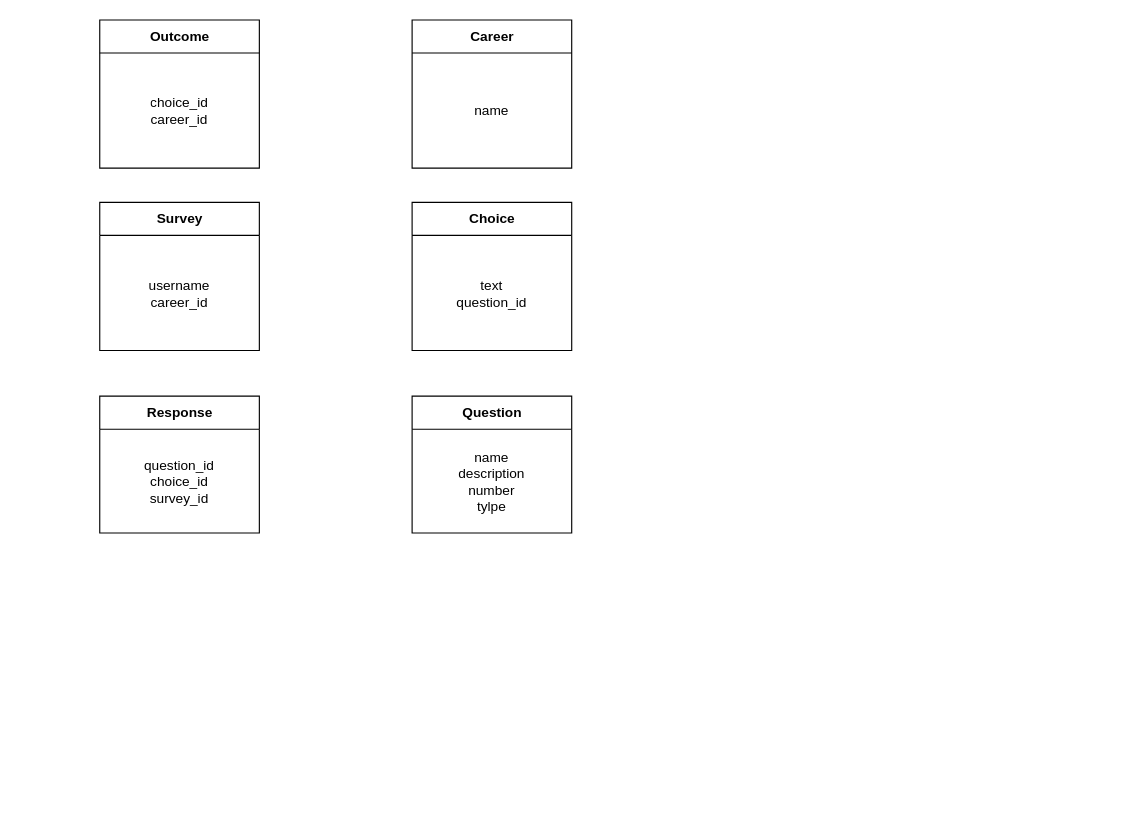
Earlier version of the draw.io diagram DiagramaDeClasesVocationalTest.drawio (Luchit0-afk/Diagramas). Source tidied: cells renumbered, new cells numbered last; positions are measured from the earlier drawing's top-left corner, leaving out a move shared by most shapes. Both pictures are drawn from the tidied source at 114%, with x=0, y=0 at pixel (99, 19).
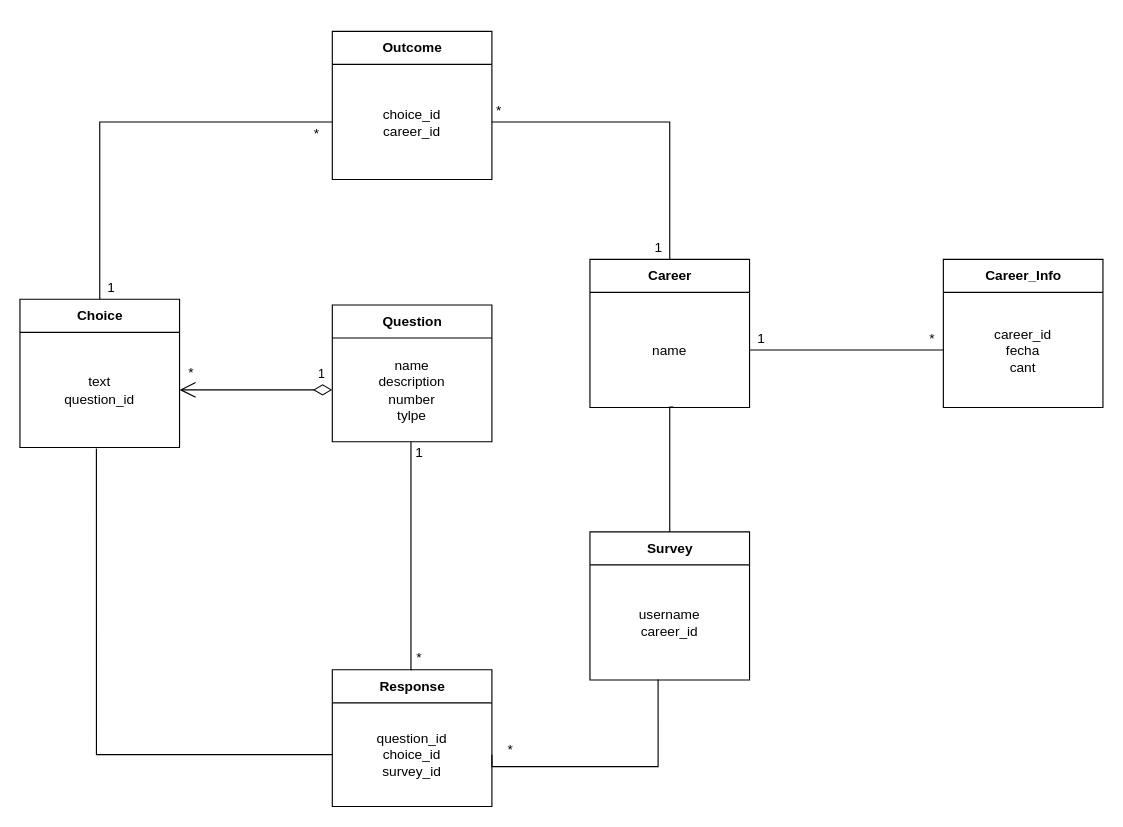
The same diagram, later.

The change refers to these unchanged cells:
```xml
<mxCell id="3" value="choice_id&lt;br&gt;career_id" style="text;html=1;strokeColor=none;fillColor=none;align=center;verticalAlign=middle;spacingLeft=4;spacingRight=4;overflow=hidden;points=[[0,0.5],[1,0.5]];portConstraint=eastwest;" parent="2" vertex="1">
  <mxGeometry y="29" width="140" height="101" as="geometry" />
</mxCell>
<mxCell id="5" value="name" style="text;html=1;strokeColor=none;fillColor=none;align=center;verticalAlign=middle;spacingLeft=4;spacingRight=4;overflow=hidden;points=[[0,0.5],[1,0.5]];portConstraint=eastwest;" parent="4" vertex="1">
  <mxGeometry y="29" width="140" height="101" as="geometry" />
</mxCell>
<mxCell id="7" value="username&lt;br&gt;career_id" style="text;html=1;strokeColor=none;fillColor=none;align=center;verticalAlign=middle;spacingLeft=4;spacingRight=4;overflow=hidden;points=[[0,0.5],[1,0.5]];portConstraint=eastwest;" parent="6" vertex="1">
  <mxGeometry y="29" width="140" height="101" as="geometry" />
</mxCell>
<mxCell id="9" value="text&lt;br&gt;question_id" style="text;html=1;strokeColor=none;fillColor=none;align=center;verticalAlign=middle;spacingLeft=4;spacingRight=4;overflow=hidden;points=[[0,0.5],[1,0.5]];portConstraint=eastwest;" parent="8" vertex="1">
  <mxGeometry y="29" width="140" height="101" as="geometry" />
</mxCell>
<mxCell id="11" value="question_id&lt;br&gt;choice_id&lt;br&gt;survey_id" style="text;html=1;strokeColor=none;fillColor=none;align=center;verticalAlign=middle;spacingLeft=4;spacingRight=4;overflow=hidden;points=[[0,0.5],[1,0.5]];portConstraint=eastwest;" parent="10" vertex="1">
  <mxGeometry y="29" width="140" height="91" as="geometry" />
</mxCell>
<mxCell id="13" value="name&lt;br&gt;description&lt;br&gt;number&lt;br&gt;tylpe" style="text;html=1;strokeColor=none;fillColor=none;align=center;verticalAlign=middle;spacingLeft=4;spacingRight=4;overflow=hidden;points=[[0,0.5],[1,0.5]];portConstraint=eastwest;" parent="12" vertex="1">
  <mxGeometry y="29" width="140" height="91" as="geometry" />
</mxCell>
```

Change to the diagram source:
```diff
@@
     <mxCell id="2" value="Outcome" style="swimlane;fontStyle=1;align=center;verticalAlign=middle;horizontal=1;startSize=29;html=1;" parent="1" vertex="1">
-      <mxGeometry width="140" height="130" as="geometry" />
+      <mxGeometry x="204" y="10" width="140" height="130" as="geometry" />
     </mxCell>
@@
     <mxCell id="4" value="Career" style="swimlane;fontStyle=1;align=center;verticalAlign=middle;horizontal=1;startSize=29;html=1;" parent="1" vertex="1">
-      <mxGeometry x="274" width="140" height="130" as="geometry" />
+      <mxGeometry x="430" y="210" width="140" height="130" as="geometry" />
     </mxCell>
@@
     <mxCell id="6" value="Survey" style="swimlane;fontStyle=1;align=center;verticalAlign=middle;horizontal=1;startSize=29;html=1;" parent="1" vertex="1">
-      <mxGeometry y="160" width="140" height="130" as="geometry" />
+      <mxGeometry x="430" y="449" width="140" height="130" as="geometry" />
     </mxCell>
@@
     <mxCell id="8" value="Choice" style="swimlane;fontStyle=1;align=center;verticalAlign=middle;horizontal=1;startSize=29;html=1;" parent="1" vertex="1">
-      <mxGeometry x="274" y="160" width="140" height="130" as="geometry" />
+      <mxGeometry x="-70" y="245" width="140" height="130" as="geometry" />
     </mxCell>
@@
     <mxCell id="10" value="Response" style="swimlane;fontStyle=1;align=center;verticalAlign=middle;horizontal=1;startSize=29;html=1;" parent="1" vertex="1">
-      <mxGeometry y="330" width="140" height="120" as="geometry" />
+      <mxGeometry x="204" y="570" width="140" height="120" as="geometry" />
     </mxCell>
@@
     <mxCell id="12" value="Question" style="swimlane;fontStyle=1;align=center;verticalAlign=middle;horizontal=1;startSize=29;html=1;" parent="1" vertex="1">
-      <mxGeometry x="274" y="330" width="140" height="120" as="geometry" />
+      <mxGeometry x="204" y="250" width="140" height="120" as="geometry" />
     </mxCell>
@@
+    <mxCell id="14" style="endArrow=none;html=1;rounded=0;edgeStyle=orthogonalEdgeStyle;entryX=0;entryY=0.5;entryDx=0;entryDy=0;exitX=0.5;exitY=0;exitDx=0;exitDy=0;" parent="1" edge="1" source="8" target="3">
+      <mxGeometry relative="1" as="geometry" />
+    </mxCell>
+    <mxCell id="15" style="endArrow=none;html=1;rounded=0;edgeStyle=orthogonalEdgeStyle;entryX=1;entryY=0.5;entryDx=0;entryDy=0;exitX=0.5;exitY=0;exitDx=0;exitDy=0;" parent="1" edge="1" source="4" target="3">
+      <mxGeometry relative="1" as="geometry" />
+    </mxCell>
+    <mxCell id="16" style="endArrow=none;html=1;rounded=0;edgeStyle=orthogonalEdgeStyle;exitX=0.5;exitY=0;exitDx=0;exitDy=0;entryX=0.523;entryY=0.995;entryDx=0;entryDy=0;entryPerimeter=0;" parent="1" edge="1" source="6" target="5">
+      <mxGeometry relative="1" as="geometry">
+        <Array as="points">
+          <mxPoint x="500" y="340" />
+        </Array>
+      </mxGeometry>
+    </mxCell>
+    <mxCell id="17" style="endArrow=none;html=1;rounded=0;edgeStyle=orthogonalEdgeStyle;exitX=0.5;exitY=0;exitDx=0;exitDy=0;" parent="1" edge="1" source="10">
+      <mxGeometry relative="1" as="geometry">
+        <mxPoint x="273" y="370" as="targetPoint" />
+        <Array as="points">
+          <mxPoint x="273" y="570" />
+        </Array>
+      </mxGeometry>
+    </mxCell>
+    <mxCell id="18" value="1" style="endArrow=open;html=1;endSize=12;startArrow=diamondThin;startSize=14;startFill=0;edgeStyle=orthogonalEdgeStyle;align=left;verticalAlign=bottom;rounded=0;exitX=0;exitY=0.5;exitDx=0;exitDy=0;entryX=1;entryY=0.5;entryDx=0;entryDy=0;" parent="1" edge="1" source="13" target="9">
+      <mxGeometry x="-0.79" y="-4" relative="1" as="geometry">
+        <mxPoint y="-1" as="offset" />
+      </mxGeometry>
+    </mxCell>
+    <mxCell id="19" style="endArrow=none;html=1;rounded=0;edgeStyle=orthogonalEdgeStyle;exitX=0;exitY=0.5;exitDx=0;exitDy=0;entryX=0.479;entryY=1.01;entryDx=0;entryDy=0;entryPerimeter=0;" parent="1" edge="1" source="11" target="9">
+      <mxGeometry relative="1" as="geometry">
+        <Array as="points">
+          <mxPoint x="-3" y="645" />
+        </Array>
+      </mxGeometry>
+    </mxCell>
+    <mxCell id="20" value="1" style="text;html=1;align=center;verticalAlign=middle;strokeColor=none;fillColor=none;" parent="1" vertex="1">
+      <mxGeometry x="270" y="370" width="20" height="20" as="geometry" />
+    </mxCell>
+    <mxCell id="21" value="*" style="text;html=1;align=center;verticalAlign=middle;strokeColor=none;fillColor=none;" parent="1" vertex="1">
+      <mxGeometry x="270" y="550" width="20" height="20" as="geometry" />
+    </mxCell>
+    <mxCell id="22" style="endArrow=none;html=1;rounded=0;edgeStyle=orthogonalEdgeStyle;exitX=1;exitY=0.5;exitDx=0;exitDy=0;entryX=0.427;entryY=0.995;entryDx=0;entryDy=0;entryPerimeter=0;" parent="1" edge="1" source="11" target="7">
+      <mxGeometry relative="1" as="geometry">
+        <Array as="points">
+          <mxPoint x="344" y="655" />
+          <mxPoint x="490" y="655" />
+        </Array>
+      </mxGeometry>
+    </mxCell>
+    <mxCell id="23" value="*" style="text;html=1;align=center;verticalAlign=middle;strokeColor=none;fillColor=none;" parent="1" vertex="1">
+      <mxGeometry x="350" y="630" width="20" height="20" as="geometry" />
+    </mxCell>
+    <mxCell id="24" value="*" style="text;html=1;align=center;verticalAlign=middle;strokeColor=none;fillColor=none;" parent="1" vertex="1">
+      <mxGeometry x="70" y="300" width="20" height="20" as="geometry" />
+    </mxCell>
+    <mxCell id="25" value="1" style="text;html=1;align=center;verticalAlign=middle;strokeColor=none;fillColor=none;" parent="1" vertex="1">
+      <mxGeometry y="225" width="20" height="20" as="geometry" />
+    </mxCell>
+    <mxCell id="26" value="*" style="text;html=1;align=center;verticalAlign=middle;strokeColor=none;fillColor=none;" parent="1" vertex="1">
+      <mxGeometry x="180" y="90" width="20" height="20" as="geometry" />
+    </mxCell>
+    <mxCell id="27" value="*" style="text;html=1;align=center;verticalAlign=middle;strokeColor=none;fillColor=none;" parent="1" vertex="1">
+      <mxGeometry x="340" y="70" width="20" height="20" as="geometry" />
+    </mxCell>
+    <mxCell id="28" value="1" style="text;html=1;align=center;verticalAlign=middle;strokeColor=none;fillColor=none;" parent="1" vertex="1">
+      <mxGeometry x="480" y="190" width="20" height="20" as="geometry" />
+    </mxCell>
+    <mxCell id="29" value="Career_Info" style="swimlane;fontStyle=1;align=center;verticalAlign=middle;horizontal=1;startSize=29;html=1;" parent="1" vertex="1">
+      <mxGeometry x="740" y="210" width="140" height="130" as="geometry" />
+    </mxCell>
+    <mxCell id="30" value="career_id&lt;br&gt;fecha&lt;br&gt;cant" style="text;html=1;strokeColor=none;fillColor=none;align=center;verticalAlign=middle;spacingLeft=4;spacingRight=4;overflow=hidden;points=[[0,0.5],[1,0.5]];portConstraint=eastwest;" parent="29" vertex="1">
+      <mxGeometry y="29" width="140" height="101" as="geometry" />
+    </mxCell>
+    <mxCell id="31" style="endArrow=none;html=1;rounded=0;edgeStyle=orthogonalEdgeStyle;exitX=1;exitY=0.5;exitDx=0;exitDy=0;entryX=0;entryY=0.5;entryDx=0;entryDy=0;" parent="1" edge="1" source="5" target="30">
+      <mxGeometry relative="1" as="geometry" />
+    </mxCell>
+    <mxCell id="32" value="*" style="text;html=1;align=center;verticalAlign=middle;strokeColor=none;fillColor=none;" parent="1" vertex="1">
+      <mxGeometry x="720" y="270" width="20" height="20" as="geometry" />
+    </mxCell>
+    <mxCell id="33" value="1" style="text;html=1;align=center;verticalAlign=middle;strokeColor=none;fillColor=none;" parent="1" vertex="1">
+      <mxGeometry x="570" y="270" width="20" height="20" as="geometry" />
+    </mxCell>
```
